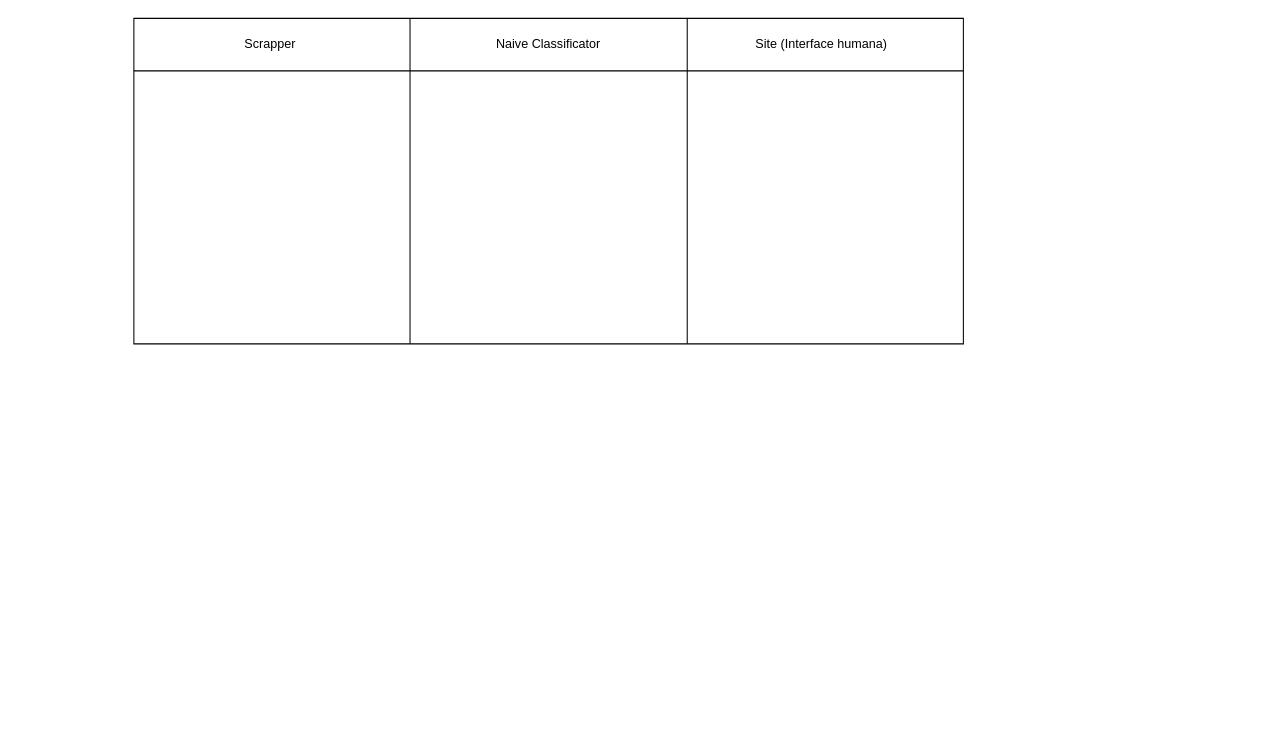
Above: page "Diagrama de atividades" (3 of 3) of diagram/MER.drawio in YuriQueriquelli/fatec_tg (draw.io), before the change. Source tidied: cells renumbered, new cells numbered last; positions are measured from the earlier drawing's top-left corner, leaving out a move shared by most shapes. Both pictures are drawn from the tidied source at 105%, with x=0, y=0 at pixel (133, 18).
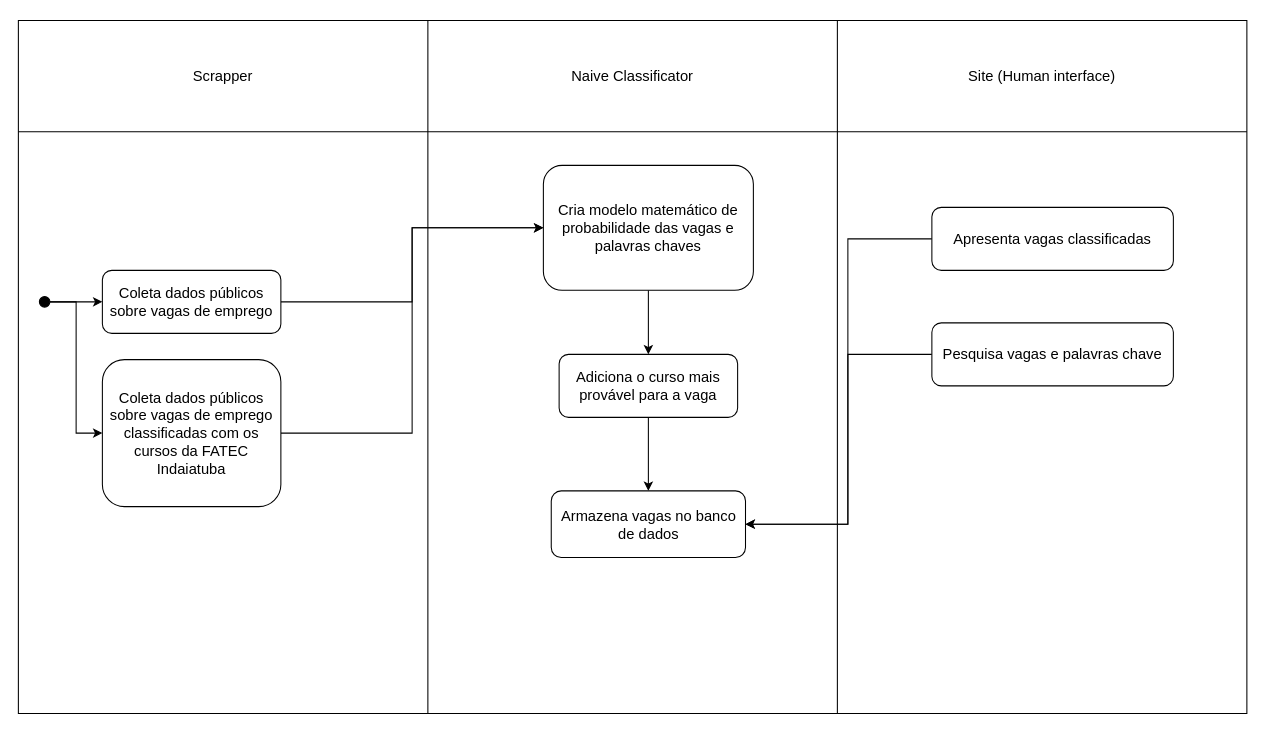
The same page after the edit.

Diff of the diagram source:
```diff
@@
     <mxCell id="2" style="shape=table;startSize=0;childLayout=tableLayout;" parent="1" vertex="1">
-      <mxGeometry width="790" height="310" as="geometry" />
+      <mxGeometry x="-110" y="2" width="1170" height="660" as="geometry" />
     </mxCell>
     <mxCell id="3" style="shape=partialRectangle;fillColor=none;top=0;left=0;bottom=0;right=0;" parent="2" vertex="1">
-      <mxGeometry width="790" height="50" as="geometry" />
+      <mxGeometry width="1170" height="106" as="geometry" />
     </mxCell>
-    <mxCell id="4" style="shape=partialRectangle;html=1;whiteSpace=wrap;overflow=hidden;fillColor=none;top=0;left=0;bottom=0;right=0;" parent="3" vertex="1">
-      <mxGeometry width="263" height="50" as="geometry" />
+    <mxCell id="4" value="&lt;div&gt;&lt;br&gt;&lt;/div&gt;&lt;div&gt;&lt;br&gt;&lt;/div&gt;" style="shape=partialRectangle;html=1;whiteSpace=wrap;overflow=hidden;fillColor=none;top=0;left=0;bottom=0;right=0;" parent="3" vertex="1">
+      <mxGeometry width="390" height="106" as="geometry" />
     </mxCell>
     <mxCell id="5" style="shape=partialRectangle;html=1;whiteSpace=wrap;overflow=hidden;fillColor=none;top=0;left=0;bottom=0;right=0;" parent="3" vertex="1">
-      <mxGeometry x="263" width="264" height="50" as="geometry" />
+      <mxGeometry x="390" width="390" height="106" as="geometry" />
     </mxCell>
     <mxCell id="6" style="shape=partialRectangle;html=1;whiteSpace=wrap;overflow=hidden;fillColor=none;top=0;left=0;bottom=0;right=0;" parent="3" vertex="1">
-      <mxGeometry x="527" width="263" height="50" as="geometry" />
+      <mxGeometry x="780" width="390" height="106" as="geometry" />
     </mxCell>
     <mxCell id="7" style="shape=partialRectangle;fillColor=none;top=0;left=0;bottom=0;right=0;" parent="2" vertex="1">
-      <mxGeometry y="50" width="790" height="260" as="geometry" />
+      <mxGeometry y="106" width="1170" height="554" as="geometry" />
     </mxCell>
     <mxCell id="8" style="shape=partialRectangle;html=1;whiteSpace=wrap;overflow=hidden;fillColor=none;top=0;left=0;bottom=0;right=0;" parent="7" vertex="1">
-      <mxGeometry width="263" height="260" as="geometry" />
+      <mxGeometry width="390" height="554" as="geometry" />
     </mxCell>
     <mxCell id="9" style="shape=partialRectangle;html=1;whiteSpace=wrap;overflow=hidden;fillColor=none;top=0;left=0;bottom=0;right=0;" parent="7" vertex="1">
-      <mxGeometry x="263" width="264" height="260" as="geometry" />
+      <mxGeometry x="390" width="390" height="554" as="geometry" />
     </mxCell>
     <mxCell id="10" style="shape=partialRectangle;html=1;whiteSpace=wrap;overflow=hidden;fillColor=none;top=0;left=0;bottom=0;right=0;" parent="7" vertex="1">
-      <mxGeometry x="527" width="263" height="260" as="geometry" />
+      <mxGeometry x="780" width="390" height="554" as="geometry" />
     </mxCell>
-    <mxCell id="11" value="Scrapper" style="text;html=1;strokeColor=none;fillColor=none;align=center;verticalAlign=middle;whiteSpace=wrap;rounded=0;" parent="1" vertex="1">
-      <mxGeometry width="260" height="50" as="geometry" />
+    <mxCell id="11" value="Scrapper" style="text;html=1;strokeColor=none;fillColor=none;align=center;verticalAlign=middle;whiteSpace=wrap;rounded=0;fontSize=14;" parent="1" vertex="1">
+      <mxGeometry x="-110" width="390" height="110" as="geometry" />
     </mxCell>
-    <mxCell id="12" value="Naive Classificator" style="text;html=1;strokeColor=none;fillColor=none;align=center;verticalAlign=middle;whiteSpace=wrap;rounded=0;" parent="1" vertex="1">
-      <mxGeometry x="265" width="260" height="50" as="geometry" />
+    <mxCell id="12" value="Naive Classificator" style="text;html=1;strokeColor=none;fillColor=none;align=center;verticalAlign=middle;whiteSpace=wrap;rounded=0;fontSize=14;" parent="1" vertex="1">
+      <mxGeometry x="280" width="390" height="110" as="geometry" />
     </mxCell>
-    <mxCell id="13" value="Site (Interface humana)" style="text;html=1;strokeColor=none;fillColor=none;align=center;verticalAlign=middle;whiteSpace=wrap;rounded=0;" parent="1" vertex="1">
-      <mxGeometry x="525" width="260" height="50" as="geometry" />
+    <mxCell id="13" value="Site (Human interface)" style="text;html=1;strokeColor=none;fillColor=none;align=center;verticalAlign=middle;whiteSpace=wrap;rounded=0;fontSize=14;" parent="1" vertex="1">
+      <mxGeometry x="670" width="390" height="110" as="geometry" />
     </mxCell>
+    <mxCell id="14" style="edgeStyle=orthogonalEdgeStyle;rounded=0;jettySize=auto;html=1;exitX=1;exitY=0.5;exitDx=0;exitDy=0;entryX=0;entryY=0.5;entryDx=0;entryDy=0;fontSize=14;" parent="1" edge="1" source="16" target="18">
+      <mxGeometry relative="1" as="geometry" />
+    </mxCell>
+    <mxCell id="15" style="edgeStyle=orthogonalEdgeStyle;rounded=0;jettySize=auto;html=1;entryX=0;entryY=0.5;entryDx=0;entryDy=0;fontSize=14;" parent="1" edge="1" source="16" target="25">
+      <mxGeometry relative="1" as="geometry" />
+    </mxCell>
+    <mxCell id="16" style="ellipse;whiteSpace=wrap;html=1;fontSize=14;fillColor=#000000;" parent="1" vertex="1">
+      <mxGeometry x="-90" y="265" width="10" height="10" as="geometry" />
+    </mxCell>
+    <mxCell id="17" style="edgeStyle=orthogonalEdgeStyle;rounded=0;jettySize=auto;html=1;entryX=0;entryY=0.5;entryDx=0;entryDy=0;fontSize=14;" parent="1" edge="1" source="18" target="20">
+      <mxGeometry relative="1" as="geometry" />
+    </mxCell>
+    <mxCell id="18" value="Coleta dados públicos sobre vagas de emprego" style="rounded=1;whiteSpace=wrap;html=1;fontSize=14;fillColor=#FFFFFF;" parent="1" vertex="1">
+      <mxGeometry x="-30" y="240" width="170" height="60" as="geometry" />
+    </mxCell>
+    <mxCell id="19" style="edgeStyle=orthogonalEdgeStyle;rounded=0;jettySize=auto;html=1;entryX=0.5;entryY=0;entryDx=0;entryDy=0;fontSize=14;" parent="1" edge="1" source="20" target="22">
+      <mxGeometry relative="1" as="geometry" />
+    </mxCell>
+    <mxCell id="20" value="Cria modelo &lt;span&gt;matemático&lt;/span&gt; de probabilidade das vagas e palavras chaves" style="rounded=1;whiteSpace=wrap;html=1;fontSize=14;fillColor=#FFFFFF;" parent="1" vertex="1">
+      <mxGeometry x="390" y="140" width="200" height="119" as="geometry" />
+    </mxCell>
+    <mxCell id="21" style="edgeStyle=orthogonalEdgeStyle;rounded=0;jettySize=auto;html=1;entryX=0.5;entryY=0;entryDx=0;entryDy=0;fontSize=14;" parent="1" edge="1" source="22" target="23">
+      <mxGeometry relative="1" as="geometry" />
+    </mxCell>
+    <mxCell id="22" value="Adiciona o curso mais &lt;span&gt;&lt;span&gt;provável&lt;/span&gt;&lt;/span&gt; para a vaga" style="rounded=1;whiteSpace=wrap;html=1;fontSize=14;fillColor=#FFFFFF;" parent="1" vertex="1">
+      <mxGeometry x="405" y="320" width="170" height="60" as="geometry" />
+    </mxCell>
+    <mxCell id="23" value="Armazena vagas no banco de dados" style="rounded=1;whiteSpace=wrap;html=1;fontSize=14;fillColor=#FFFFFF;" parent="1" vertex="1">
+      <mxGeometry x="397.5" y="450" width="185" height="63.5" as="geometry" />
+    </mxCell>
+    <mxCell id="24" style="edgeStyle=orthogonalEdgeStyle;rounded=0;jettySize=auto;html=1;entryX=0;entryY=0.5;entryDx=0;entryDy=0;fontSize=14;" parent="1" edge="1" source="25" target="20">
+      <mxGeometry relative="1" as="geometry" />
+    </mxCell>
+    <mxCell id="25" value="Coleta dados públicos sobre vagas de emprego classificadas com os cursos da FATEC Indaiatuba" style="rounded=1;whiteSpace=wrap;html=1;fontSize=14;fillColor=#FFFFFF;" parent="1" vertex="1">
+      <mxGeometry x="-30" y="325" width="170" height="140" as="geometry" />
+    </mxCell>
+    <mxCell id="26" style="edgeStyle=orthogonalEdgeStyle;rounded=0;jettySize=auto;html=1;entryX=1;entryY=0.5;entryDx=0;entryDy=0;fontSize=14;" parent="1" edge="1" source="27" target="23">
+      <mxGeometry relative="1" as="geometry">
+        <Array as="points">
+          <mxPoint x="680" y="210" />
+          <mxPoint x="680" y="482" />
+        </Array>
+      </mxGeometry>
+    </mxCell>
+    <mxCell id="27" value="Apresenta vagas classificadas" style="rounded=1;whiteSpace=wrap;html=1;fontSize=14;fillColor=#FFFFFF;" parent="1" vertex="1">
+      <mxGeometry x="760" y="180" width="230" height="60" as="geometry" />
+    </mxCell>
+    <mxCell id="28" style="edgeStyle=orthogonalEdgeStyle;rounded=0;jettySize=auto;html=1;entryX=1;entryY=0.5;entryDx=0;entryDy=0;fontSize=14;" parent="1" edge="1" source="29" target="23">
+      <mxGeometry relative="1" as="geometry">
+        <Array as="points">
+          <mxPoint x="680" y="320" />
+          <mxPoint x="680" y="482" />
+        </Array>
+      </mxGeometry>
+    </mxCell>
+    <mxCell id="29" value="Pesquisa vagas e palavras chave" style="rounded=1;whiteSpace=wrap;html=1;fontSize=14;fillColor=#FFFFFF;" parent="1" vertex="1">
+      <mxGeometry x="760" y="290" width="230" height="60" as="geometry" />
+    </mxCell>
```
